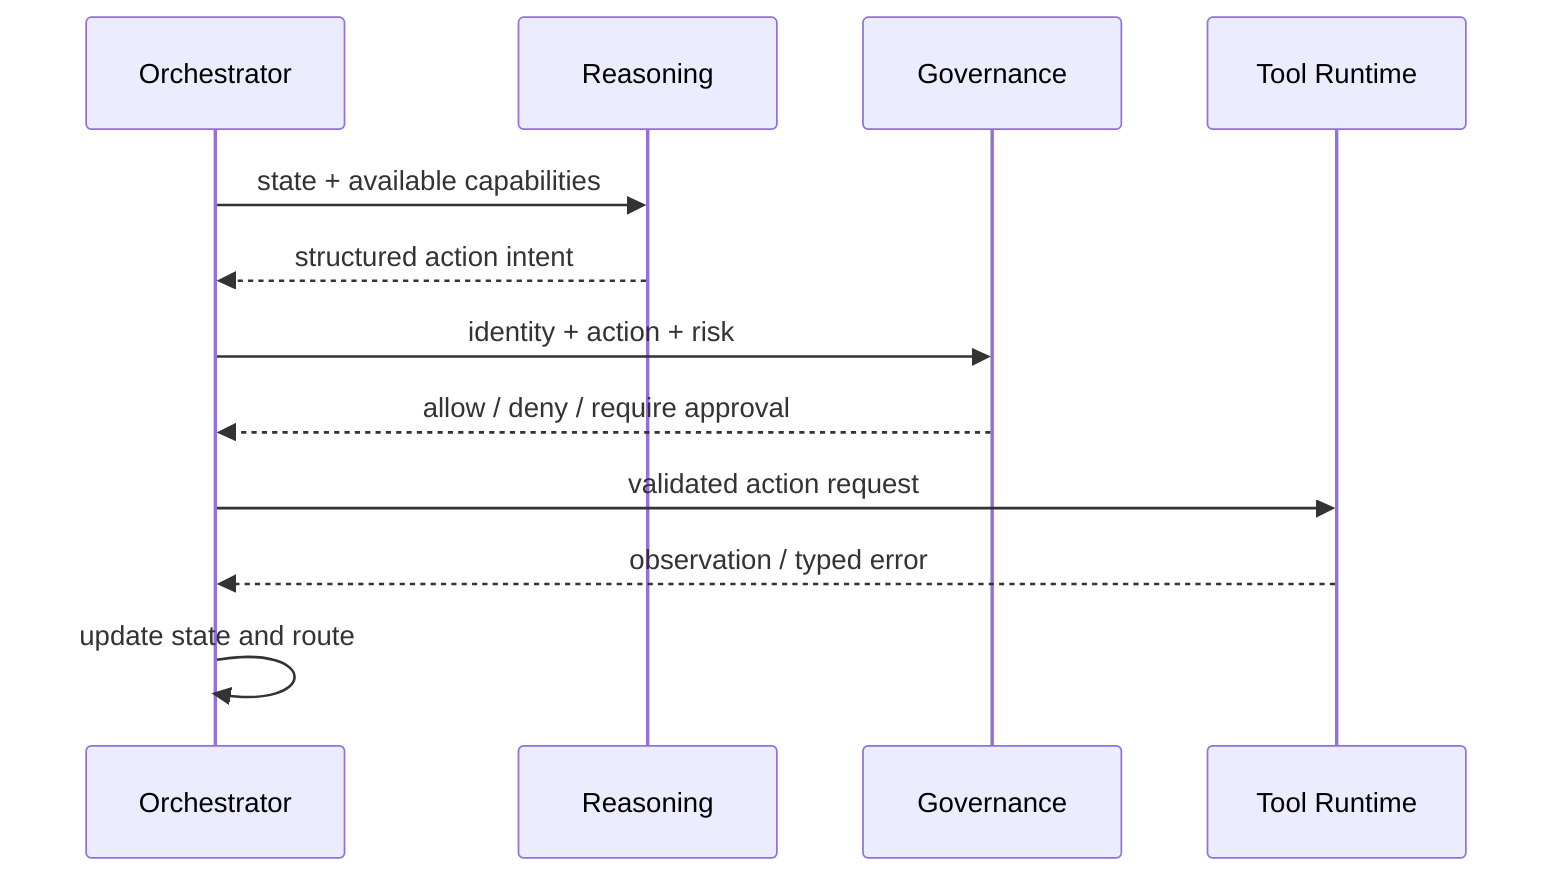
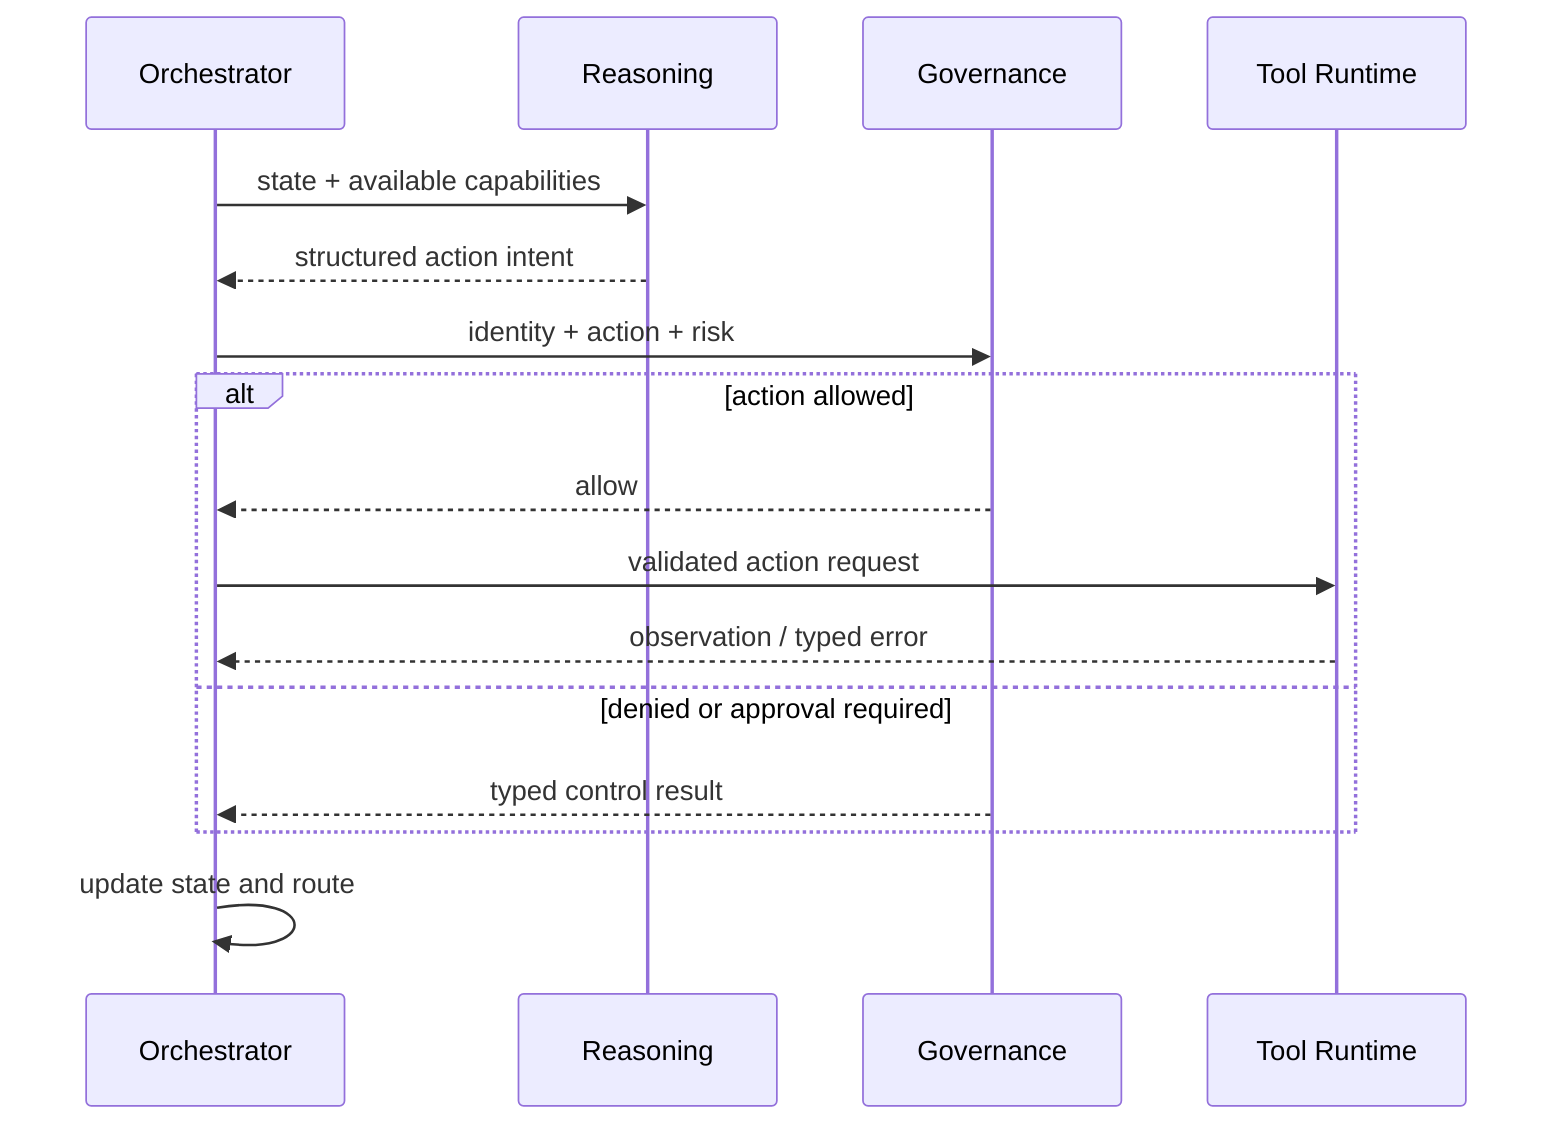
sequenceDiagram
    participant O as Orchestrator
    participant R as Reasoning
    participant G as Governance
    participant T as Tool Runtime

    O->>R: state + available capabilities
    R-->>O: structured action intent
    O->>G: identity + action + risk
-     G-->>O: allow / deny / require approval
-     O->>T: validated action request
-     T-->>O: observation / typed error
+     alt action allowed
+         G-->>O: allow
+         O->>T: validated action request
+         T-->>O: observation / typed error
+     else denied or approval required
+         G-->>O: typed control result
+     end
    O->>O: update state and route
